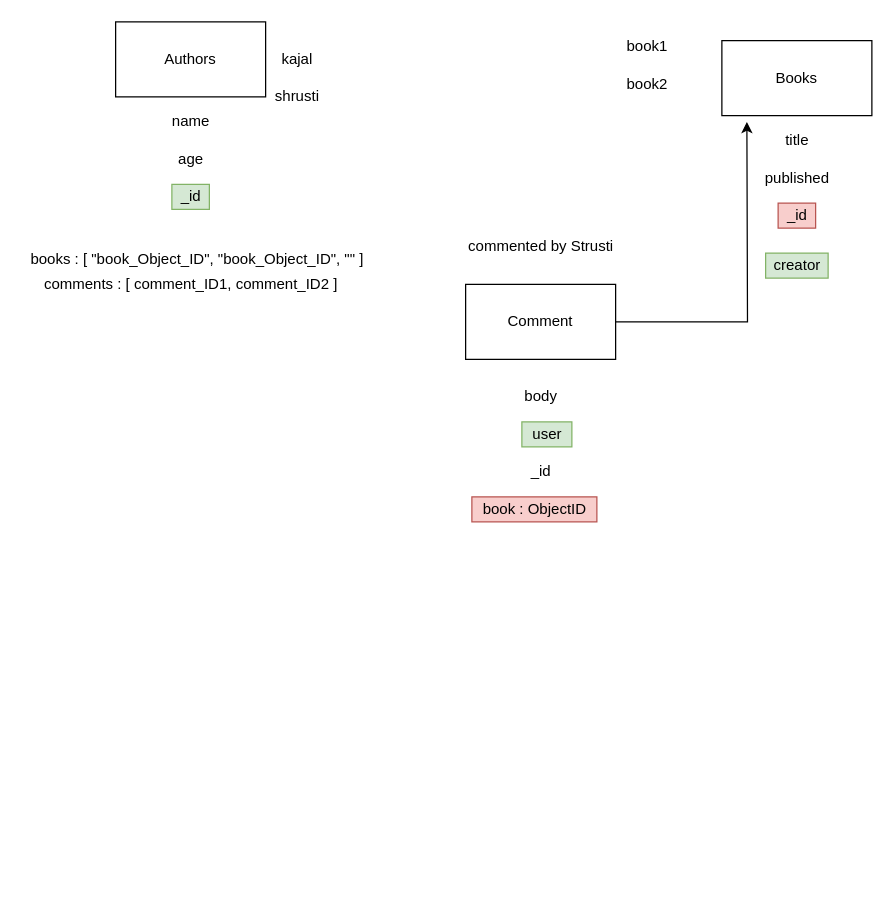
Earlier version of the draw.io diagram page "Page-9" (9 of 9) of refs/diagrams.drawio (synergy2411/mar-22-brillo). Source tidied: cells renumbered, new cells numbered last; positions are measured from the earlier drawing's top-left corner, leaving out a move shared by most shapes. Both pictures are drawn from the tidied source at 125%, with x=0, y=0 at pixel (21, 21).
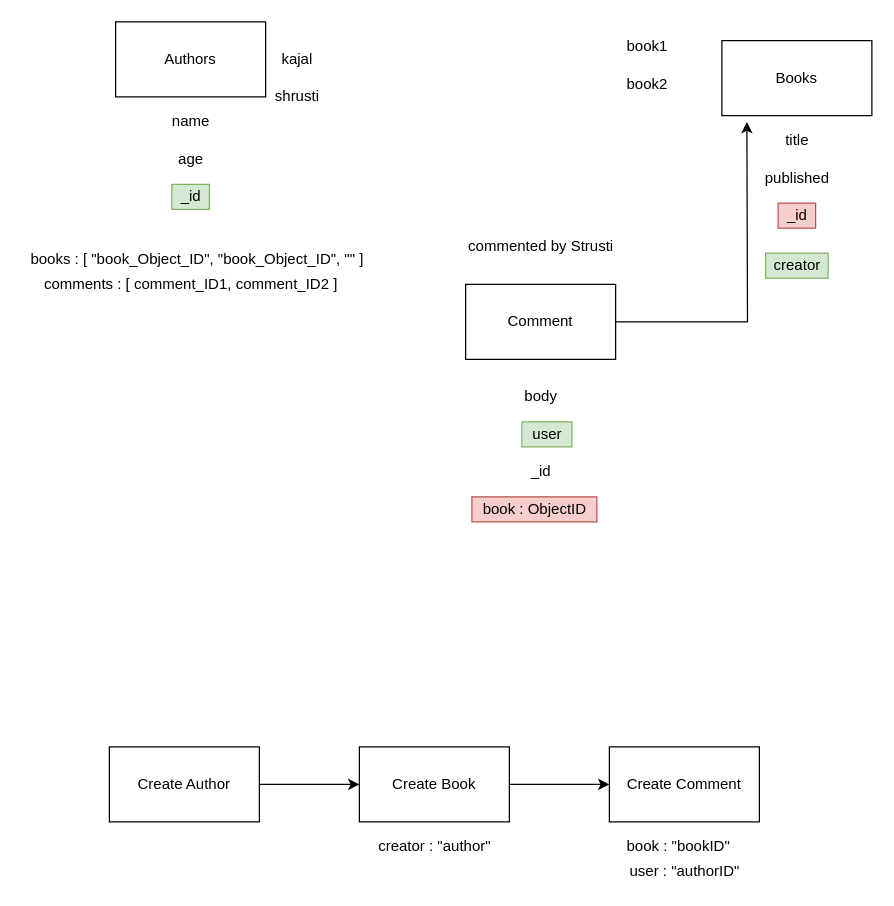
Above is the later version.

Change to the diagram source:
```diff
@@
+    <mxCell id="24" style="edgeStyle=orthogonalEdgeStyle;rounded=0;jettySize=auto;html=1;" parent="1" edge="1" source="25" target="27">
+      <mxGeometry relative="1" as="geometry" />
+    </mxCell>
+    <mxCell id="25" value="Create Author" style="rounded=0;whiteSpace=wrap;html=1;" parent="1" vertex="1">
+      <mxGeometry x="70" y="580" width="120" height="60" as="geometry" />
+    </mxCell>
+    <mxCell id="26" style="edgeStyle=orthogonalEdgeStyle;rounded=0;jettySize=auto;html=1;" parent="1" edge="1" source="27" target="29">
+      <mxGeometry relative="1" as="geometry" />
+    </mxCell>
+    <mxCell id="27" value="Create Book" style="rounded=0;whiteSpace=wrap;html=1;" parent="1" vertex="1">
+      <mxGeometry x="270" y="580" width="120" height="60" as="geometry" />
+    </mxCell>
+    <mxCell id="28" value="creator : &quot;author&quot;" style="text;html=1;align=center;verticalAlign=middle;strokeColor=none;fillColor=none;" parent="1" vertex="1">
+      <mxGeometry x="275" y="650" width="110" height="20" as="geometry" />
+    </mxCell>
+    <mxCell id="29" value="Create Comment" style="rounded=0;whiteSpace=wrap;html=1;" parent="1" vertex="1">
+      <mxGeometry x="470" y="580" width="120" height="60" as="geometry" />
+    </mxCell>
+    <mxCell id="30" value="book : &quot;bookID&quot;" style="text;html=1;align=center;verticalAlign=middle;strokeColor=none;fillColor=none;" parent="1" vertex="1">
+      <mxGeometry x="475" y="650" width="100" height="20" as="geometry" />
+    </mxCell>
+    <mxCell id="31" value="user : &quot;authorID&quot;" style="text;html=1;align=center;verticalAlign=middle;strokeColor=none;fillColor=none;" parent="1" vertex="1">
+      <mxGeometry x="480" y="670" width="100" height="20" as="geometry" />
+    </mxCell>
```
